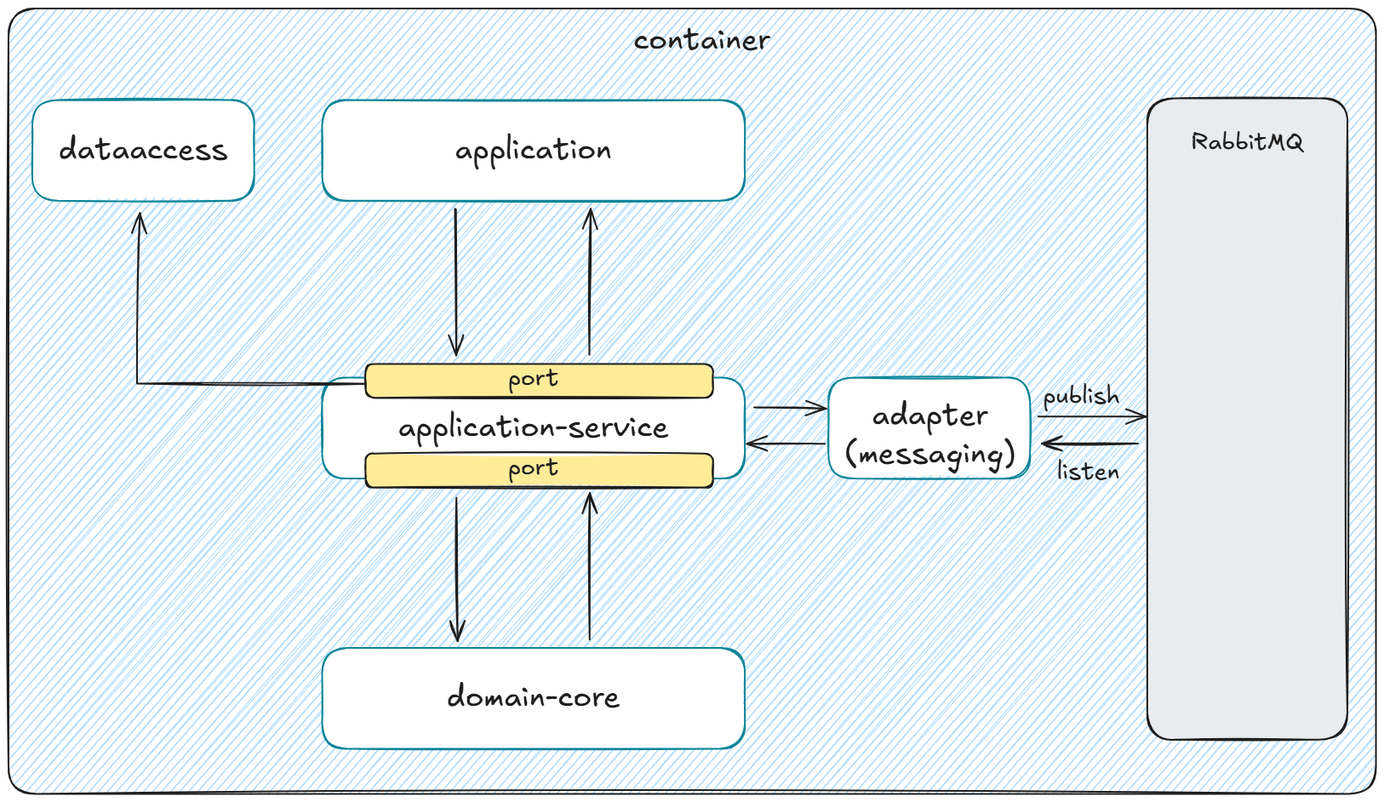
This is documents/design/project_architecture_diagram.excalidraw.png from Haisia/kickoff-backend, a Excalidraw export, as it was before one commit. Source tidied: one line per element, renumbered; positions are measured from the earlier drawing's top-left corner, leaving out a move shared by most shapes.
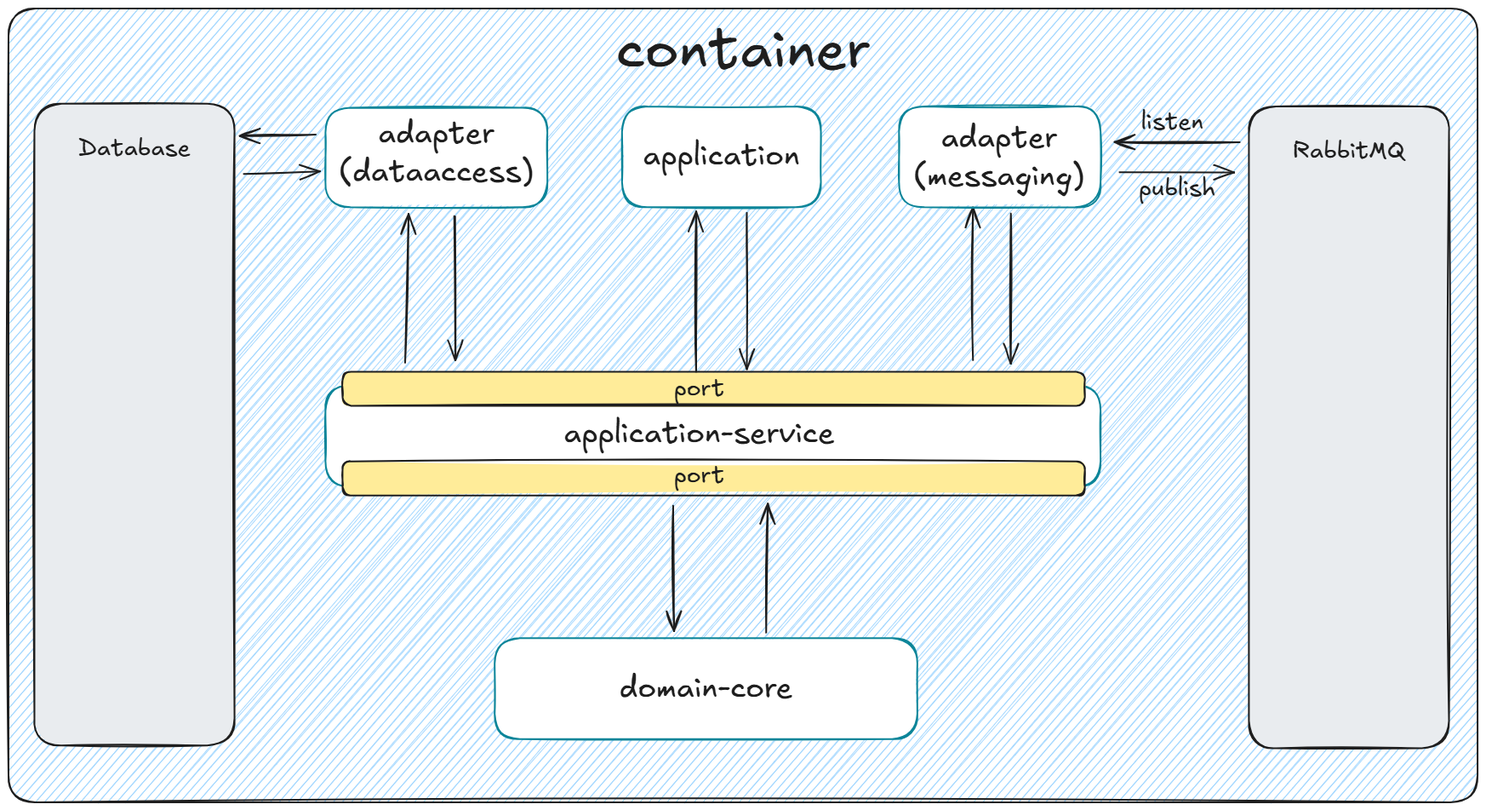
Above is the later version.

Commit message:
문서화: #8 프로젝트 아키텍쳐 다이어그램 작성

Diff of the diagram source:
```diff
@@ -1,29 +1,34 @@
-{"id": 0, "type": "rectangle", "strokeColor": "#1e1e1e", "backgroundColor": "#a5d8ff", "fillStyle": "hachure", "strokeWidth": 2, "roughness": 1, "round": true, "x": 0, "y": 0, "width": 1607, "height": 922}
+{"id": 0, "type": "rectangle", "strokeColor": "#1e1e1e", "backgroundColor": "#a5d8ff", "fillStyle": "hachure", "strokeWidth": 2, "roughness": 1, "round": true, "x": -120, "y": -10, "width": 1726, "height": 932}
+{"id": 16, "type": "text", "text": "container", "strokeColor": "#1e1e1e", "backgroundColor": "#ebfbee", "fillStyle": "solid", "strokeWidth": 2, "roughness": 1, "fontSize": 66.61, "fontFamily": 5, "textAlign": "center", "x": 594, "y": 0, "width": 299, "height": 83}
+{"id": 23, "type": "rectangle", "strokeColor": "#1e1e1e", "backgroundColor": "#e9ecef", "fillStyle": "solid", "strokeWidth": 2, "roughness": 1, "round": true, "x": 1338, "y": 105, "width": 235, "height": 753}
+{"id": 24, "type": "text", "text": "RabbitMQ", "strokeColor": "#1e1e1e", "backgroundColor": "#b2f2bb", "fillStyle": "solid", "strokeWidth": 2, "roughness": 1, "fontSize": 28, "fontFamily": 5, "textAlign": "center", "x": 1388, "y": 141, "width": 135, "height": 35}
+{"id": 25, "type": "arrow", "strokeColor": "#1e1e1e", "backgroundColor": "#e9ecef", "fillStyle": "solid", "strokeWidth": 2, "roughness": 1, "endArrowhead": "arrow", "from": 17, "to": 23, "x": 1186, "y": 183, "width": 134, "height": 0, "points": [[0, 0], [134, 0]]}
+{"id": 26, "type": "arrow", "strokeColor": "#1e1e1e", "backgroundColor": "#e9ecef", "fillStyle": "solid", "strokeWidth": 2, "roughness": 1, "endArrowhead": "arrow", "from": 23, "to": 17, "x": 1327, "y": 148, "width": 147, "height": 0, "points": [[0, 0], [-147, 0]]}
+{"id": 27, "type": "text", "text": "publish", "strokeColor": "#1e1e1e", "backgroundColor": "#e9ecef", "fillStyle": "solid", "strokeWidth": 2, "roughness": 1, "fontSize": 28, "fontFamily": 5, "textAlign": "center", "x": 1208, "y": 185, "width": 90, "height": 35}
+{"id": 28, "type": "text", "text": "listen", "strokeColor": "#1e1e1e", "backgroundColor": "#e9ecef", "fillStyle": "solid", "strokeWidth": 2, "roughness": 1, "fontSize": 28, "fontFamily": 5, "textAlign": "center", "x": 1211, "y": 107, "width": 74, "height": 35}
-{"id": 1, "type": "rectangle", "strokeColor": "#0c8599", "backgroundColor": "#ffffff", "fillStyle": "solid", "strokeWidth": 2, "roughness": 1, "round": true, "x": 368, "y": 107, "width": 497, "height": 118}
+{"id": 1, "type": "rectangle", "strokeColor": "#0c8599", "backgroundColor": "#ffffff", "fillStyle": "solid", "strokeWidth": 2, "roughness": 1, "round": true, "x": 601, "y": 105, "width": 234, "height": 118}
-{"id": 2, "type": "text", "text": "application", "strokeColor": "#1e1e1e", "backgroundColor": "#ffffff", "fillStyle": "solid", "strokeWidth": 2, "roughness": 1, "fontSize": 36, "fontFamily": 5, "textAlign": "center", "x": 525, "y": 144, "width": 184, "height": 45}
+{"id": 2, "type": "text", "text": "application", "strokeColor": "#1e1e1e", "backgroundColor": "#ffffff", "fillStyle": "solid", "strokeWidth": 2, "roughness": 1, "fontSize": 36, "fontFamily": 5, "textAlign": "center", "x": 626, "y": 142, "width": 184, "height": 45}
-{"id": 3, "type": "rectangle", "strokeColor": "#0c8599", "backgroundColor": "#ffffff", "fillStyle": "solid", "strokeWidth": 2, "roughness": 1, "round": true, "x": 28, "y": 107, "width": 261, "height": 118}
+{"id": 3, "type": "rectangle", "strokeColor": "#0c8599", "backgroundColor": "#ffffff", "fillStyle": "solid", "strokeWidth": 2, "roughness": 1, "round": true, "x": 253, "y": 107, "width": 261, "height": 117}
-{"id": 4, "type": "text", "text": "dataaccess", "strokeColor": "#1e1e1e", "strokeWidth": 2, "roughness": 1, "fontSize": 36, "fontFamily": 5, "textAlign": "center", "x": 58, "y": 144, "width": 200, "height": 45}
+{"id": 4, "type": "text", "text": "adapter\n(dataaccess)", "strokeColor": "#1e1e1e", "strokeWidth": 2, "roughness": 1, "fontSize": 36, "fontFamily": 5, "textAlign": "center", "x": 268, "y": 116, "width": 229, "height": 90}
-{"id": 5, "type": "rectangle", "strokeColor": "#0c8599", "backgroundColor": "#ffffff", "fillStyle": "solid", "strokeWidth": 2, "roughness": 1, "round": true, "x": 368, "y": 751, "width": 497, "height": 118}
+{"id": 5, "type": "rectangle", "strokeColor": "#0c8599", "backgroundColor": "#ffffff", "fillStyle": "solid", "strokeWidth": 2, "roughness": 1, "round": true, "x": 452, "y": 730, "width": 497, "height": 118}
-{"id": 6, "type": "text", "text": "domain-core", "strokeColor": "#1e1e1e", "backgroundColor": "#ffffff", "fillStyle": "solid", "strokeWidth": 2, "roughness": 1, "fontSize": 36, "fontFamily": 5, "textAlign": "center", "x": 515, "y": 788, "width": 204, "height": 45}
+{"id": 6, "type": "text", "text": "domain-core", "strokeColor": "#1e1e1e", "backgroundColor": "#ffffff", "fillStyle": "solid", "strokeWidth": 2, "roughness": 1, "fontSize": 36, "fontFamily": 5, "textAlign": "center", "x": 598, "y": 766, "width": 204, "height": 45}
-{"id": 7, "type": "rectangle", "strokeColor": "#0c8599", "backgroundColor": "#ffffff", "fillStyle": "solid", "strokeWidth": 2, "roughness": 1, "round": true, "x": 368, "y": 434, "width": 497, "height": 118}
+{"id": 7, "type": "rectangle", "strokeColor": "#0c8599", "backgroundColor": "#ffffff", "fillStyle": "solid", "strokeWidth": 2, "roughness": 1, "round": true, "x": 253, "y": 433, "width": 911, "height": 118}
-{"id": 8, "type": "text", "text": "application-service", "strokeColor": "#1e1e1e", "backgroundColor": "#ffffff", "fillStyle": "solid", "strokeWidth": 2, "roughness": 1, "fontSize": 36, "fontFamily": 5, "textAlign": "center", "x": 457, "y": 470, "width": 319, "height": 45}
+{"id": 8, "type": "text", "text": "application-service", "strokeColor": "#1e1e1e", "backgroundColor": "#ffffff", "fillStyle": "solid", "strokeWidth": 2, "roughness": 1, "fontSize": 36, "fontFamily": 5, "textAlign": "center", "x": 533, "y": 467, "width": 319, "height": 45}
-{"id": 9, "type": "arrow", "strokeColor": "#1e1e1e", "strokeWidth": 2, "roughness": 1, "endArrowhead": "arrow", "round": true, "from": 1, "to": 19, "x": 525, "y": 235, "width": 0, "height": 172, "points": [[0, 0], [0, 172]]}
+{"id": 9, "type": "arrow", "strokeColor": "#1e1e1e", "strokeWidth": 2, "roughness": 1, "endArrowhead": "arrow", "round": true, "x": 405, "y": 234, "width": 0, "height": 169, "points": [[0, 0], [0, 169]]}
-{"id": 10, "type": "arrow", "strokeColor": "#1e1e1e", "strokeWidth": 2, "roughness": 1, "endArrowhead": "arrow", "from": 19, "to": 3, "x": 428, "y": 441, "width": 277, "height": 200, "points": [[0, 0], [-277, 0], [-273, -200]]}
-{"id": 11, "type": "arrow", "strokeColor": "#1e1e1e", "strokeWidth": 2, "roughness": 1, "endArrowhead": "arrow", "from": 21, "to": 5, "x": 526, "y": 575, "width": 1, "height": 168, "points": [[0, 0], [1, 168]]}
+{"id": 11, "type": "arrow", "strokeColor": "#1e1e1e", "strokeWidth": 2, "roughness": 1, "endArrowhead": "arrow", "x": 661, "y": 574, "width": 1, "height": 147, "points": [[0, 0], [1, 147]]}
-{"id": 12, "type": "arrow", "strokeColor": "#1e1e1e", "strokeWidth": 2, "roughness": 1, "endArrowhead": "arrow", "from": 5, "to": 21, "x": 683, "y": 741, "width": 0, "height": 172, "points": [[0, 0], [0, -172]]}
+{"id": 12, "type": "arrow", "strokeColor": "#1e1e1e", "strokeWidth": 2, "roughness": 1, "endArrowhead": "arrow", "x": 771, "y": 723, "width": 2, "height": 151, "points": [[0, 0], [2, -151]]}
-{"id": 13, "type": "arrow", "strokeColor": "#1e1e1e", "strokeWidth": 2, "roughness": 1, "endArrowhead": "arrow", "from": 19, "to": 1, "x": 683, "y": 407, "width": 1, "height": 171, "points": [[0, 0], [1, -171]]}
+{"id": 13, "type": "arrow", "strokeColor": "#1e1e1e", "strokeWidth": 2, "roughness": 1, "endArrowhead": "arrow", "x": 688, "y": 420, "width": 0, "height": 191, "points": [[0, 0], [0, -191]]}
-{"id": 14, "type": "arrow", "strokeColor": "#1e1e1e", "backgroundColor": "#b2f2bb", "fillStyle": "hachure", "strokeWidth": 2, "roughness": 1, "endArrowhead": "arrow", "from": 7, "to": 17, "x": 876, "y": 469, "width": 84, "height": 1, "points": [[0, 0], [84, 1]]}
+{"id": 14, "type": "arrow", "strokeColor": "#1e1e1e", "backgroundColor": "#b2f2bb", "fillStyle": "hachure", "strokeWidth": 2, "roughness": 1, "endArrowhead": "arrow", "x": 1014, "y": 403, "width": 0, "height": 179, "points": [[0, 0], [0, -179]]}
-{"id": 15, "type": "arrow", "strokeColor": "#1e1e1e", "backgroundColor": "#b2f2bb", "fillStyle": "hachure", "strokeWidth": 2, "roughness": 1, "endArrowhead": "arrow", "from": 17, "to": 7, "x": 959, "y": 511, "width": 91, "height": 0, "points": [[0, 0], [-91, 0]]}
+{"id": 15, "type": "arrow", "strokeColor": "#1e1e1e", "backgroundColor": "#b2f2bb", "fillStyle": "hachure", "strokeWidth": 2, "roughness": 1, "endArrowhead": "arrow", "x": 1058, "y": 231, "width": 0, "height": 176, "points": [[0, 0], [0, 176]]}
-{"id": 16, "type": "text", "text": "container", "strokeColor": "#1e1e1e", "backgroundColor": "#ebfbee", "fillStyle": "solid", "strokeWidth": 2, "roughness": 1, "fontSize": 36, "fontFamily": 5, "textAlign": "center", "x": 734, "y": 15, "width": 161, "height": 45}
-{"id": 17, "type": "rectangle", "strokeColor": "#0c8599", "backgroundColor": "#ffffff", "fillStyle": "solid", "strokeWidth": 2, "roughness": 1, "round": true, "x": 963, "y": 434, "width": 237, "height": 118}
+{"id": 17, "type": "rectangle", "strokeColor": "#0c8599", "backgroundColor": "#ffffff", "fillStyle": "solid", "strokeWidth": 2, "roughness": 1, "round": true, "x": 927, "y": 105, "width": 237, "height": 118}
-{"id": 18, "type": "text", "text": "adapter\n(messaging)", "strokeColor": "#1e1e1e", "backgroundColor": "#ffffff", "fillStyle": "solid", "strokeWidth": 2, "roughness": 1, "fontSize": 36, "fontFamily": 5, "textAlign": "center", "x": 982, "y": 456, "width": 202, "height": 90}
+{"id": 18, "type": "text", "text": "adapter\n(messaging)", "strokeColor": "#1e1e1e", "backgroundColor": "#ffffff", "fillStyle": "solid", "strokeWidth": 2, "roughness": 1, "fontSize": 36, "fontFamily": 5, "textAlign": "center", "x": 944, "y": 121, "width": 202, "height": 90}
-{"id": 19, "type": "rectangle", "strokeColor": "#1e1e1e", "backgroundColor": "#ffec99", "fillStyle": "solid", "strokeWidth": 2, "roughness": 1, "round": true, "x": 419, "y": 417, "width": 408, "height": 40}
+{"id": 19, "type": "rectangle", "strokeColor": "#1e1e1e", "backgroundColor": "#ffec99", "fillStyle": "solid", "strokeWidth": 2, "roughness": 1, "round": true, "x": 273, "y": 417, "width": 872, "height": 40}
-{"id": 20, "type": "text", "text": "port", "strokeColor": "#1e1e1e", "backgroundColor": "#ebfbee", "fillStyle": "solid", "strokeWidth": 2, "roughness": 1, "fontSize": 28, "fontFamily": 5, "textAlign": "center", "x": 587, "y": 417, "width": 60, "height": 35}
+{"id": 20, "type": "text", "text": "port", "strokeColor": "#1e1e1e", "backgroundColor": "#ebfbee", "fillStyle": "solid", "strokeWidth": 2, "roughness": 1, "fontSize": 28, "fontFamily": 5, "textAlign": "center", "x": 662, "y": 419, "width": 60, "height": 35}
-{"id": 21, "type": "rectangle", "strokeColor": "#1e1e1e", "backgroundColor": "#ffec99", "fillStyle": "solid", "strokeWidth": 2, "roughness": 1, "round": true, "x": 419, "y": 523, "width": 408, "height": 40}
+{"id": 21, "type": "rectangle", "strokeColor": "#1e1e1e", "backgroundColor": "#ffec99", "fillStyle": "solid", "strokeWidth": 2, "roughness": 1, "round": true, "x": 273, "y": 522, "width": 872, "height": 40}
-{"id": 22, "type": "text", "text": "port", "strokeColor": "#1e1e1e", "backgroundColor": "#ebfbee", "fillStyle": "solid", "strokeWidth": 2, "roughness": 1, "fontSize": 28, "fontFamily": 5, "textAlign": "center", "x": 587, "y": 523, "width": 60, "height": 35}
+{"id": 22, "type": "text", "text": "port", "strokeColor": "#1e1e1e", "backgroundColor": "#ebfbee", "fillStyle": "solid", "strokeWidth": 2, "roughness": 1, "fontSize": 28, "fontFamily": 5, "textAlign": "center", "x": 662, "y": 522, "width": 60, "height": 35}
-{"id": 23, "type": "rectangle", "strokeColor": "#1e1e1e", "backgroundColor": "#e9ecef", "fillStyle": "solid", "strokeWidth": 2, "roughness": 1, "round": true, "x": 1338, "y": 105, "width": 235, "height": 753}
-{"id": 24, "type": "text", "text": "RabbitMQ", "strokeColor": "#1e1e1e", "backgroundColor": "#b2f2bb", "fillStyle": "solid", "strokeWidth": 2, "roughness": 1, "fontSize": 28, "fontFamily": 5, "textAlign": "center", "x": 1388, "y": 141, "width": 135, "height": 35}
-{"id": 25, "type": "arrow", "strokeColor": "#1e1e1e", "backgroundColor": "#e9ecef", "fillStyle": "solid", "strokeWidth": 2, "roughness": 1, "endArrowhead": "arrow", "from": 17, "to": 23, "x": 1210, "y": 479, "width": 126, "height": 0, "points": [[0, 0], [126, 0]]}
-{"id": 26, "type": "arrow", "strokeColor": "#1e1e1e", "backgroundColor": "#e9ecef", "fillStyle": "solid", "strokeWidth": 2, "roughness": 1, "endArrowhead": "arrow", "from": 23, "to": 17, "x": 1327, "y": 511, "width": 113, "height": 0, "points": [[0, 0], [-113, 0]]}
-{"id": 27, "type": "text", "text": "publish", "strokeColor": "#1e1e1e", "backgroundColor": "#e9ecef", "fillStyle": "solid", "strokeWidth": 2, "roughness": 1, "fontSize": 28, "fontFamily": 5, "textAlign": "center", "x": 1215, "y": 438, "width": 90, "height": 35}
-{"id": 28, "type": "text", "text": "listen", "strokeColor": "#1e1e1e", "backgroundColor": "#e9ecef", "fillStyle": "solid", "strokeWidth": 2, "roughness": 1, "fontSize": 28, "fontFamily": 5, "textAlign": "center", "x": 1232, "y": 528, "width": 74, "height": 35}
+{"id": 29, "type": "arrow", "strokeColor": "#1e1e1e", "backgroundColor": "#e9ecef", "fillStyle": "solid", "strokeWidth": 2, "roughness": 1, "endArrowhead": "arrow", "x": 748, "y": 231, "width": 0, "height": 183, "points": [[0, 0], [0, 183]]}
+{"id": 30, "type": "arrow", "strokeColor": "#1e1e1e", "backgroundColor": "#e9ecef", "fillStyle": "solid", "strokeWidth": 2, "roughness": 1, "endArrowhead": "arrow", "x": 346, "y": 406, "width": 4, "height": 174, "points": [[0, 0], [4, -174]]}
+{"id": 31, "type": "rectangle", "strokeColor": "#1e1e1e", "backgroundColor": "#e9ecef", "fillStyle": "solid", "strokeWidth": 2, "roughness": 1, "round": true, "x": -89, "y": 102, "width": 235, "height": 753}
+{"id": 32, "type": "text", "text": "Database", "strokeColor": "#1e1e1e", "backgroundColor": "#b2f2bb", "fillStyle": "solid", "strokeWidth": 2, "roughness": 1, "fontSize": 28, "fontFamily": 5, "textAlign": "center", "x": -37, "y": 137, "width": 131, "height": 35}
+{"id": 33, "type": "arrow", "strokeColor": "#1e1e1e", "backgroundColor": "#e9ecef", "fillStyle": "solid", "strokeWidth": 2, "roughness": 1, "endArrowhead": "arrow", "from": 3, "to": 31, "x": 242, "y": 139, "width": 89, "height": 2, "points": [[0, 0], [-89, 2]]}
+{"id": 34, "type": "arrow", "strokeColor": "#1e1e1e", "backgroundColor": "#e9ecef", "fillStyle": "solid", "strokeWidth": 2, "roughness": 1, "endArrowhead": "arrow", "x": 157, "y": 185, "width": 0, "height": 0, "points": [[0, 0], [89, -3]]}
```
